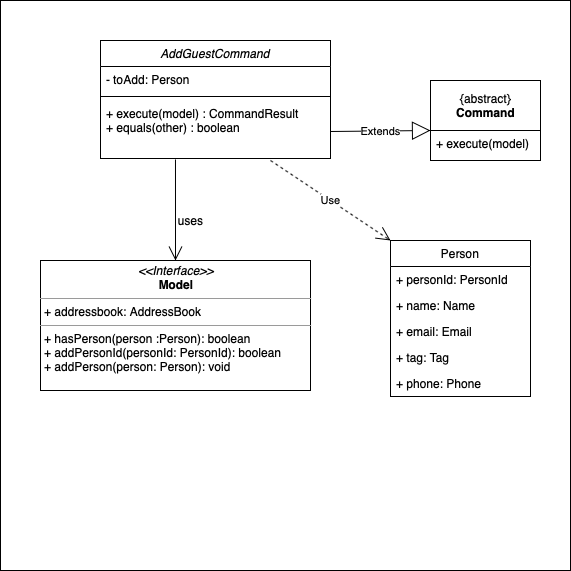
AY1920S2-CS2103T-W13-2/main keeps this draw.io diagram as images/AddGuestClass.png. Above is the earlier version. Source tidied: cells renumbered, new cells last; positions are measured from the earlier drawing's top-left corner, leaving out a move shared by most shapes. The source it was exported from:
```xml
<mxGraphModel>
  <root>
    <mxCell id="0" />
    <mxCell id="1" parent="0" />
    <mxCell id="2" style="whiteSpace=wrap;html=1;" parent="1" vertex="1">
      <mxGeometry width="570" height="570" as="geometry" />
    </mxCell>
    <mxCell id="3" style="rounded=0;whiteSpace=wrap;html=1;" parent="1" vertex="1">
      <mxGeometry x="430" y="130" width="110" height="30" as="geometry" />
    </mxCell>
    <mxCell id="4" value="{abstract}&lt;br&gt;&lt;b&gt;Command&lt;/b&gt;" style="html=1;" parent="1" vertex="1">
      <mxGeometry x="430" y="80" width="110" height="50" as="geometry" />
    </mxCell>
    <mxCell id="5" value="+ execute(model)" style="text;strokeColor=none;fillColor=none;align=left;verticalAlign=top;spacingLeft=4;spacingRight=4;overflow=hidden;" parent="1" vertex="1">
      <mxGeometry x="430" y="130" width="110" height="26" as="geometry" />
    </mxCell>
    <mxCell id="6" value="Extends" style="endArrow=block;endSize=16;endFill=0;html=1;exitX=1;exitY=0.5;exitDx=0;exitDy=0;" parent="1" edge="1">
      <mxGeometry relative="1" as="geometry">
        <mxPoint x="330" y="131" as="sourcePoint" />
        <mxPoint x="430" y="130" as="targetPoint" />
      </mxGeometry>
    </mxCell>
    <mxCell id="7" value="AddGuestCommand" style="swimlane;fontStyle=2;align=center;verticalAlign=top;horizontal=1;startSize=26;rounded=0;shadow=0;strokeWidth=1;" parent="1" vertex="1">
      <mxGeometry x="100" y="40" width="230" height="118" as="geometry" />
    </mxCell>
    <mxCell id="8" value="- toAdd: Person" style="text;align=left;verticalAlign=top;spacingLeft=4;spacingRight=4;overflow=hidden;" parent="7" vertex="1">
      <mxGeometry y="26" width="230" height="26" as="geometry" />
    </mxCell>
    <mxCell id="9" style="line;html=1;strokeWidth=1;align=left;verticalAlign=middle;spacingTop=-1;spacingLeft=3;spacingRight=3;labelPosition=right;" parent="7" vertex="1">
      <mxGeometry y="52" width="230" height="8" as="geometry" />
    </mxCell>
    <mxCell id="10" value="+ execute(model) : CommandResult&#10;+ equals(other) : boolean" style="text;align=left;verticalAlign=top;spacingLeft=4;spacingRight=4;overflow=hidden;points=[[0,0.5],[1,0.5]];portConstraint=eastwest;" parent="7" vertex="1">
      <mxGeometry y="60" width="230" height="58" as="geometry" />
    </mxCell>
    <mxCell id="11" style="endArrow=open;endFill=1;endSize=12;html=1;entryX=0.5;entryY=0;entryDx=0;entryDy=0;exitX=0.326;exitY=1.017;exitDx=0;exitDy=0;exitPerimeter=0;" parent="1" edge="1" source="10" target="13">
      <mxGeometry relative="1" as="geometry" />
    </mxCell>
    <mxCell id="12" value="uses" style="text;html=1;align=center;verticalAlign=middle;" parent="11" vertex="1">
      <mxGeometry x="-0.07" y="5" relative="1" as="geometry">
        <mxPoint x="10" y="14" as="offset" />
      </mxGeometry>
    </mxCell>
    <mxCell id="13" value="&lt;p style=&quot;margin: 0px ; margin-top: 4px ; text-align: center&quot;&gt;&lt;i&gt;&amp;lt;&amp;lt;Interface&amp;gt;&amp;gt;&lt;/i&gt;&lt;br&gt;&lt;b&gt;Model&lt;/b&gt;&lt;/p&gt;&lt;hr size=&quot;1&quot;&gt;&lt;p style=&quot;margin: 0px ; margin-left: 4px&quot;&gt;+ addressbook: AddressBook&lt;br&gt;&lt;/p&gt;&lt;hr size=&quot;1&quot;&gt;&lt;p style=&quot;margin: 0px ; margin-left: 4px&quot;&gt;+ hasPerson(person :Person): boolean&lt;br&gt;+ addPersonId(personId: PersonId): boolean&lt;/p&gt;&lt;p style=&quot;margin: 0px ; margin-left: 4px&quot;&gt;+ addPerson(person: Person): void&lt;/p&gt;" style="verticalAlign=top;align=left;overflow=fill;fontSize=12;fontFamily=Helvetica;html=1;" parent="1" vertex="1">
      <mxGeometry x="40" y="260" width="270" height="130" as="geometry" />
    </mxCell>
    <mxCell id="14" value="Person" style="swimlane;fontStyle=0;horizontal=1;startSize=26;fillColor=none;" parent="1" vertex="1">
      <mxGeometry x="390" y="240" width="140" height="156" as="geometry" />
    </mxCell>
    <mxCell id="15" value="+ personId: PersonId" style="text;strokeColor=none;fillColor=none;align=left;verticalAlign=top;spacingLeft=4;spacingRight=4;overflow=hidden;" parent="14" vertex="1">
      <mxGeometry y="26" width="140" height="26" as="geometry" />
    </mxCell>
    <mxCell id="16" value="+ name: Name" style="text;strokeColor=none;fillColor=none;align=left;verticalAlign=top;spacingLeft=4;spacingRight=4;overflow=hidden;" parent="14" vertex="1">
      <mxGeometry y="52" width="140" height="26" as="geometry" />
    </mxCell>
    <mxCell id="17" value="+ email: Email" style="text;strokeColor=none;fillColor=none;align=left;verticalAlign=top;spacingLeft=4;spacingRight=4;overflow=hidden;" parent="14" vertex="1">
      <mxGeometry y="78" width="140" height="26" as="geometry" />
    </mxCell>
    <mxCell id="18" value="+ tag: Tag" style="text;strokeColor=none;fillColor=none;align=left;verticalAlign=top;spacingLeft=4;spacingRight=4;overflow=hidden;" parent="14" vertex="1">
      <mxGeometry y="104" width="140" height="26" as="geometry" />
    </mxCell>
    <mxCell id="19" value="+ phone: Phone" style="text;strokeColor=none;fillColor=none;align=left;verticalAlign=top;spacingLeft=4;spacingRight=4;overflow=hidden;" parent="14" vertex="1">
      <mxGeometry y="130" width="140" height="26" as="geometry" />
    </mxCell>
    <mxCell id="20" value="Use" style="endArrow=open;endSize=12;dashed=1;html=1;entryX=0;entryY=0;entryDx=0;entryDy=0;" parent="1" edge="1" target="14">
      <mxGeometry relative="1" as="geometry">
        <mxPoint x="270" y="160" as="sourcePoint" />
      </mxGeometry>
    </mxCell>
  </root>
</mxGraphModel>
```
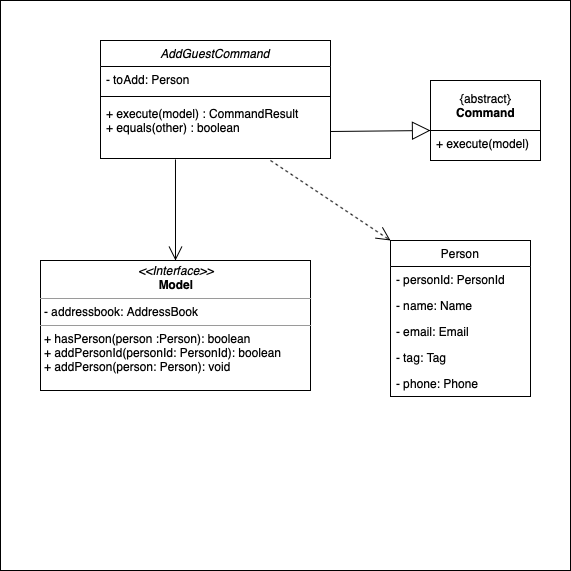
After the change.

The edit, as a diff of the source:
```diff
@@ -14,7 +14,7 @@
     <mxCell id="5" value="+ execute(model)" style="text;strokeColor=none;fillColor=none;align=left;verticalAlign=top;spacingLeft=4;spacingRight=4;overflow=hidden;" parent="1" vertex="1">
       <mxGeometry x="430" y="130" width="110" height="26" as="geometry" />
     </mxCell>
-    <mxCell id="6" value="Extends" style="endArrow=block;endSize=16;endFill=0;html=1;exitX=1;exitY=0.5;exitDx=0;exitDy=0;" parent="1" edge="1">
+    <mxCell id="6" style="endArrow=block;endSize=16;endFill=0;html=1;exitX=1;exitY=0.5;exitDx=0;exitDy=0;" parent="1" edge="1">
       <mxGeometry relative="1" as="geometry">
         <mxPoint x="330" y="131" as="sourcePoint" />
         <mxPoint x="430" y="130" as="targetPoint" />
@@ -35,33 +35,28 @@
     <mxCell id="11" style="endArrow=open;endFill=1;endSize=12;html=1;entryX=0.5;entryY=0;entryDx=0;entryDy=0;exitX=0.326;exitY=1.017;exitDx=0;exitDy=0;exitPerimeter=0;" parent="1" edge="1" source="10" target="13">
       <mxGeometry relative="1" as="geometry" />
     </mxCell>
-    <mxCell id="12" value="uses" style="text;html=1;align=center;verticalAlign=middle;" parent="11" vertex="1">
-      <mxGeometry x="-0.07" y="5" relative="1" as="geometry">
-        <mxPoint x="10" y="14" as="offset" />
-      </mxGeometry>
-    </mxCell>
-    <mxCell id="13" value="&lt;p style=&quot;margin: 0px ; margin-top: 4px ; text-align: center&quot;&gt;&lt;i&gt;&amp;lt;&amp;lt;Interface&amp;gt;&amp;gt;&lt;/i&gt;&lt;br&gt;&lt;b&gt;Model&lt;/b&gt;&lt;/p&gt;&lt;hr size=&quot;1&quot;&gt;&lt;p style=&quot;margin: 0px ; margin-left: 4px&quot;&gt;+ addressbook: AddressBook&lt;br&gt;&lt;/p&gt;&lt;hr size=&quot;1&quot;&gt;&lt;p style=&quot;margin: 0px ; margin-left: 4px&quot;&gt;+ hasPerson(person :Person): boolean&lt;br&gt;+ addPersonId(personId: PersonId): boolean&lt;/p&gt;&lt;p style=&quot;margin: 0px ; margin-left: 4px&quot;&gt;+ addPerson(person: Person): void&lt;/p&gt;" style="verticalAlign=top;align=left;overflow=fill;fontSize=12;fontFamily=Helvetica;html=1;" parent="1" vertex="1">
+    <mxCell id="13" value="&lt;p style=&quot;margin: 0px ; margin-top: 4px ; text-align: center&quot;&gt;&lt;i&gt;&amp;lt;&amp;lt;Interface&amp;gt;&amp;gt;&lt;/i&gt;&lt;br&gt;&lt;b&gt;Model&lt;/b&gt;&lt;/p&gt;&lt;hr size=&quot;1&quot;&gt;&lt;p style=&quot;margin: 0px ; margin-left: 4px&quot;&gt;- addressbook: AddressBook&lt;br&gt;&lt;/p&gt;&lt;hr size=&quot;1&quot;&gt;&lt;p style=&quot;margin: 0px ; margin-left: 4px&quot;&gt;+ hasPerson(person :Person): boolean&lt;br&gt;+ addPersonId(personId: PersonId): boolean&lt;/p&gt;&lt;p style=&quot;margin: 0px ; margin-left: 4px&quot;&gt;+ addPerson(person: Person): void&lt;/p&gt;" style="verticalAlign=top;align=left;overflow=fill;fontSize=12;fontFamily=Helvetica;html=1;" parent="1" vertex="1">
       <mxGeometry x="40" y="260" width="270" height="130" as="geometry" />
     </mxCell>
     <mxCell id="14" value="Person" style="swimlane;fontStyle=0;horizontal=1;startSize=26;fillColor=none;" parent="1" vertex="1">
       <mxGeometry x="390" y="240" width="140" height="156" as="geometry" />
     </mxCell>
-    <mxCell id="15" value="+ personId: PersonId" style="text;strokeColor=none;fillColor=none;align=left;verticalAlign=top;spacingLeft=4;spacingRight=4;overflow=hidden;" parent="14" vertex="1">
+    <mxCell id="15" value="- personId: PersonId" style="text;strokeColor=none;fillColor=none;align=left;verticalAlign=top;spacingLeft=4;spacingRight=4;overflow=hidden;" parent="14" vertex="1">
       <mxGeometry y="26" width="140" height="26" as="geometry" />
     </mxCell>
-    <mxCell id="16" value="+ name: Name" style="text;strokeColor=none;fillColor=none;align=left;verticalAlign=top;spacingLeft=4;spacingRight=4;overflow=hidden;" parent="14" vertex="1">
+    <mxCell id="16" value="- name: Name" style="text;strokeColor=none;fillColor=none;align=left;verticalAlign=top;spacingLeft=4;spacingRight=4;overflow=hidden;" parent="14" vertex="1">
       <mxGeometry y="52" width="140" height="26" as="geometry" />
     </mxCell>
-    <mxCell id="17" value="+ email: Email" style="text;strokeColor=none;fillColor=none;align=left;verticalAlign=top;spacingLeft=4;spacingRight=4;overflow=hidden;" parent="14" vertex="1">
+    <mxCell id="17" value="- email: Email" style="text;strokeColor=none;fillColor=none;align=left;verticalAlign=top;spacingLeft=4;spacingRight=4;overflow=hidden;" parent="14" vertex="1">
       <mxGeometry y="78" width="140" height="26" as="geometry" />
     </mxCell>
-    <mxCell id="18" value="+ tag: Tag" style="text;strokeColor=none;fillColor=none;align=left;verticalAlign=top;spacingLeft=4;spacingRight=4;overflow=hidden;" parent="14" vertex="1">
+    <mxCell id="18" value="- tag: Tag" style="text;strokeColor=none;fillColor=none;align=left;verticalAlign=top;spacingLeft=4;spacingRight=4;overflow=hidden;" parent="14" vertex="1">
       <mxGeometry y="104" width="140" height="26" as="geometry" />
     </mxCell>
-    <mxCell id="19" value="+ phone: Phone" style="text;strokeColor=none;fillColor=none;align=left;verticalAlign=top;spacingLeft=4;spacingRight=4;overflow=hidden;" parent="14" vertex="1">
+    <mxCell id="19" value="- phone: Phone" style="text;strokeColor=none;fillColor=none;align=left;verticalAlign=top;spacingLeft=4;spacingRight=4;overflow=hidden;" parent="14" vertex="1">
       <mxGeometry y="130" width="140" height="26" as="geometry" />
     </mxCell>
-    <mxCell id="20" value="Use" style="endArrow=open;endSize=12;dashed=1;html=1;entryX=0;entryY=0;entryDx=0;entryDy=0;" parent="1" edge="1" target="14">
+    <mxCell id="20" style="endArrow=open;endSize=12;dashed=1;html=1;entryX=0;entryY=0;entryDx=0;entryDy=0;" parent="1" edge="1" target="14">
       <mxGeometry relative="1" as="geometry">
         <mxPoint x="270" y="160" as="sourcePoint" />
       </mxGeometry>
```
